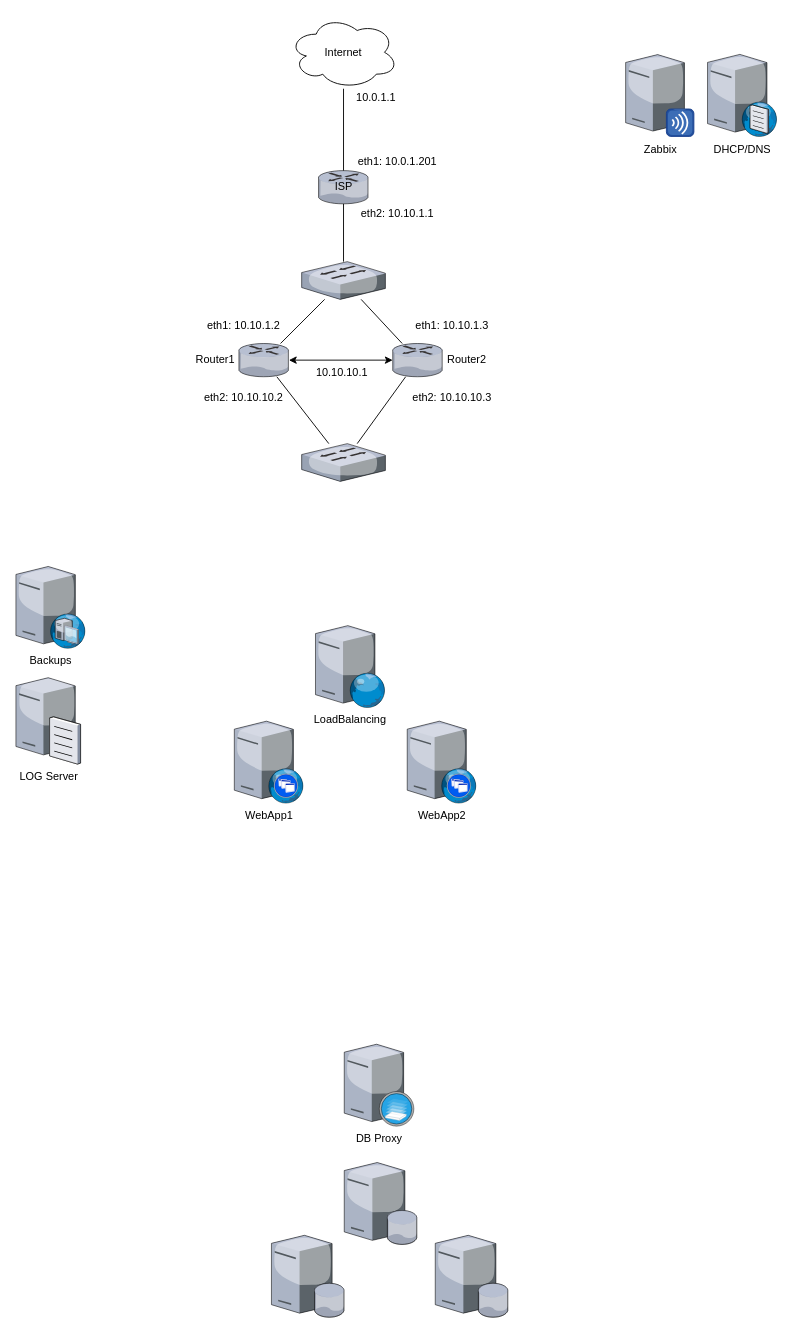
OSPFS/OTUS-FINAL-PROJECT keeps this draw.io diagram as MainDiagram.drawio. Above is the earlier version. Source tidied: cells renumbered, new cells numbered last; positions are measured from the earlier drawing's top-left corner, leaving out a move shared by most shapes. Both pictures are drawn from the tidied source at 91%, with x=0, y=0 at pixel (15, 15).
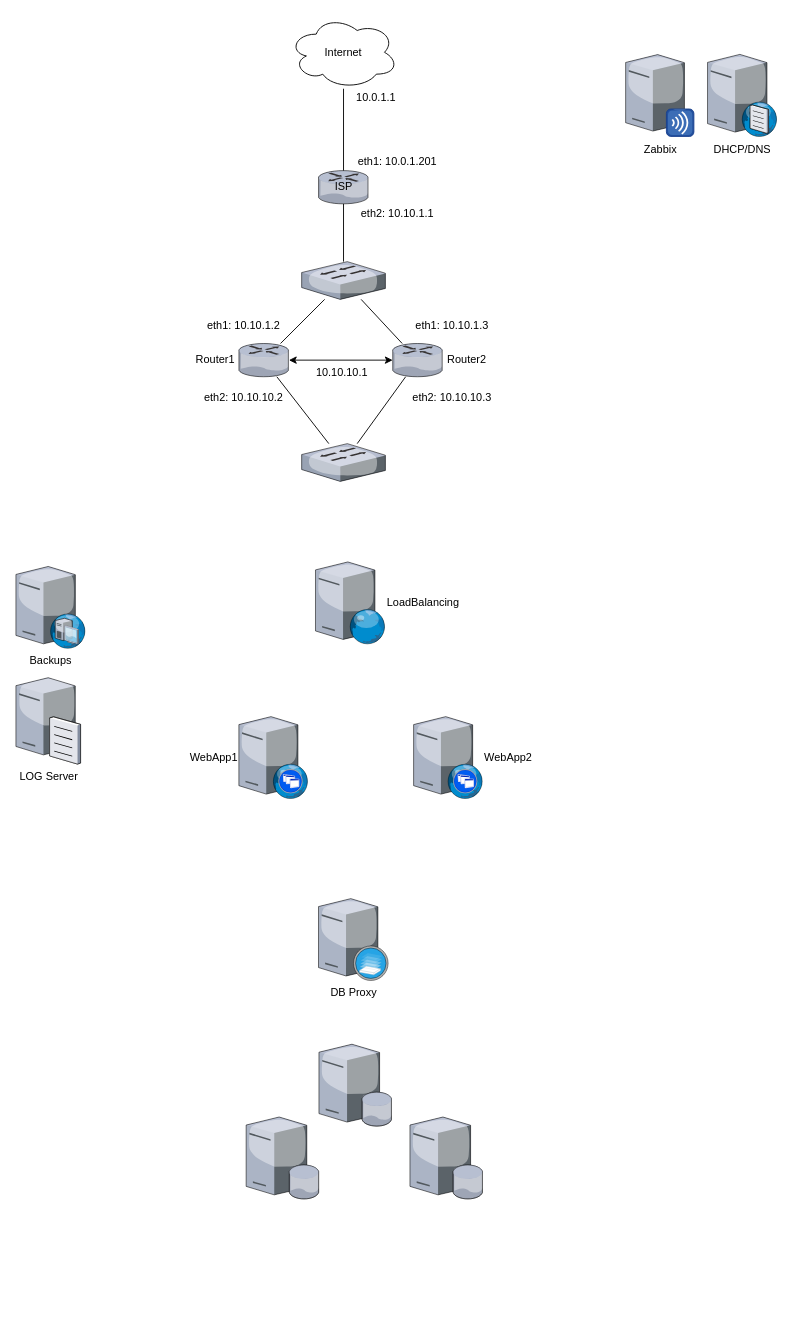
The same diagram, later.

Change to the diagram source:
```diff
@@
-    <mxCell id="2" value="WebApp1" style="verticalLabelPosition=bottom;html=1;verticalAlign=top;strokeColor=none;align=center;shape=mxgraph.citrix.xenapp_web;" parent="1" vertex="1">
-      <mxGeometry x="240" y="775" width="76" height="90" as="geometry" />
+    <mxCell id="2" value="WebApp1" style="verticalLabelPosition=middle;html=1;verticalAlign=middle;strokeColor=none;align=right;shape=mxgraph.citrix.xenapp_web;labelPosition=left;" parent="1" vertex="1">
+      <mxGeometry x="245" y="770" width="76" height="90" as="geometry" />
     </mxCell>
-    <mxCell id="3" value="WebApp2" style="verticalLabelPosition=bottom;html=1;verticalAlign=top;strokeColor=none;align=center;shape=mxgraph.citrix.xenapp_web;" parent="1" vertex="1">
-      <mxGeometry x="430" y="775" width="76" height="90" as="geometry" />
+    <mxCell id="3" value="WebApp2" style="verticalLabelPosition=middle;html=1;verticalAlign=middle;strokeColor=none;align=left;shape=mxgraph.citrix.xenapp_web;labelPosition=right;" parent="1" vertex="1">
+      <mxGeometry x="437" y="770" width="76" height="90" as="geometry" />
     </mxCell>
-    <mxCell id="4" value="LoadBalancing" style="verticalLabelPosition=bottom;html=1;verticalAlign=top;strokeColor=none;align=center;shape=mxgraph.citrix.web_server;" parent="1" vertex="1">
-      <mxGeometry x="329.2" y="670" width="76.5" height="90" as="geometry" />
+    <mxCell id="4" value="LoadBalancing" style="verticalLabelPosition=middle;html=1;verticalAlign=middle;strokeColor=none;align=left;shape=mxgraph.citrix.web_server;labelPosition=right;" parent="1" vertex="1">
+      <mxGeometry x="329.2" y="600" width="76.5" height="90" as="geometry" />
     </mxCell>
     <mxCell id="5" style="verticalLabelPosition=bottom;html=1;verticalAlign=top;strokeColor=none;align=center;shape=mxgraph.citrix.database_server;" parent="1" vertex="1">
-      <mxGeometry x="360.8" y="1260" width="80" height="90" as="geometry" />
+      <mxGeometry x="333" y="1130" width="80" height="90" as="geometry" />
     </mxCell>
     <mxCell id="6" style="verticalLabelPosition=bottom;html=1;verticalAlign=top;strokeColor=none;align=center;shape=mxgraph.citrix.database_server;" parent="1" vertex="1">
-      <mxGeometry x="460.8" y="1340" width="80" height="90" as="geometry" />
+      <mxGeometry x="433" y="1210" width="80" height="90" as="geometry" />
     </mxCell>
     <mxCell id="7" style="verticalLabelPosition=bottom;html=1;verticalAlign=top;strokeColor=none;align=center;shape=mxgraph.citrix.database_server;" parent="1" vertex="1">
-      <mxGeometry x="280.8" y="1340" width="80" height="90" as="geometry" />
+      <mxGeometry x="253" y="1210" width="80" height="90" as="geometry" />
     </mxCell>
     <mxCell id="8" value="&lt;div&gt;DB Proxy&lt;/div&gt;" style="verticalLabelPosition=bottom;html=1;verticalAlign=top;strokeColor=none;align=center;shape=mxgraph.citrix.xenserver;" parent="1" vertex="1">
-      <mxGeometry x="360.8" y="1130" width="76.5" height="90" as="geometry" />
+      <mxGeometry x="332.5" y="970" width="76.5" height="90" as="geometry" />
     </mxCell>
```
